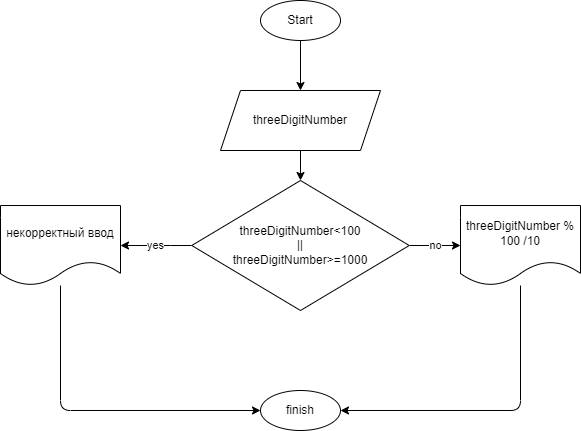
Earlier version of the draw.io export HomeWork_2/Task_10/blockDiagram.drawio.png (InitAmkn/repo). Source tidied: cells renumbered, new cells last; positions are measured from the earlier drawing's top-left corner, leaving out a move shared by most shapes. Source of this version:
```xml
<mxGraphModel>
  <root>
    <mxCell id="0" />
    <mxCell id="1" parent="0" />
    <mxCell id="2" style="edgeStyle=none;html=1;" parent="1" edge="1" source="3" target="5">
      <mxGeometry relative="1" as="geometry" />
    </mxCell>
    <mxCell id="3" value="Start" style="ellipse;whiteSpace=wrap;html=1;" parent="1" vertex="1">
      <mxGeometry x="260" width="80" height="40" as="geometry" />
    </mxCell>
    <mxCell id="4" style="edgeStyle=none;html=1;" parent="1" edge="1" source="5" target="8">
      <mxGeometry relative="1" as="geometry" />
    </mxCell>
    <mxCell id="5" value="threeDigitNumber" style="shape=parallelogram;perimeter=parallelogramPerimeter;whiteSpace=wrap;html=1;fixedSize=1;" parent="1" vertex="1">
      <mxGeometry x="220" y="90" width="160" height="60" as="geometry" />
    </mxCell>
    <mxCell id="6" value="yes" style="edgeStyle=none;html=1;" parent="1" edge="1" source="8" target="10">
      <mxGeometry relative="1" as="geometry">
        <Array as="points">
          <mxPoint x="160" y="245" />
        </Array>
      </mxGeometry>
    </mxCell>
    <mxCell id="7" value="no" style="edgeStyle=none;html=1;" parent="1" edge="1" source="8" target="12">
      <mxGeometry relative="1" as="geometry" />
    </mxCell>
    <mxCell id="8" value="&lt;div&gt;threeDigitNumber&amp;lt;100&lt;/div&gt;&lt;div&gt;||&lt;/div&gt;&lt;div&gt;threeDigitNumber&amp;gt;=1000&lt;/div&gt;" style="rhombus;whiteSpace=wrap;html=1;" parent="1" vertex="1">
      <mxGeometry x="191.2" y="180" width="217.5" height="130" as="geometry" />
    </mxCell>
    <mxCell id="9" style="edgeStyle=none;html=1;entryX=0;entryY=0.5;entryDx=0;entryDy=0;" parent="1" edge="1" source="10" target="13">
      <mxGeometry relative="1" as="geometry">
        <Array as="points">
          <mxPoint x="60" y="410" />
        </Array>
      </mxGeometry>
    </mxCell>
    <mxCell id="10" value="некорректный ввод" style="shape=document;whiteSpace=wrap;html=1;boundedLbl=1;" parent="1" vertex="1">
      <mxGeometry y="205" width="120" height="80" as="geometry" />
    </mxCell>
    <mxCell id="11" style="edgeStyle=none;html=1;entryX=1;entryY=0.5;entryDx=0;entryDy=0;" parent="1" edge="1" source="12" target="13">
      <mxGeometry relative="1" as="geometry">
        <Array as="points">
          <mxPoint x="520" y="410" />
        </Array>
      </mxGeometry>
    </mxCell>
    <mxCell id="12" value="threeDigitNumber % 100 /10" style="shape=document;whiteSpace=wrap;html=1;boundedLbl=1;" parent="1" vertex="1">
      <mxGeometry x="460" y="205" width="120" height="80" as="geometry" />
    </mxCell>
    <mxCell id="13" value="finish" style="ellipse;whiteSpace=wrap;html=1;" parent="1" vertex="1">
      <mxGeometry x="260" y="390" width="80" height="40" as="geometry" />
    </mxCell>
  </root>
</mxGraphModel>
```
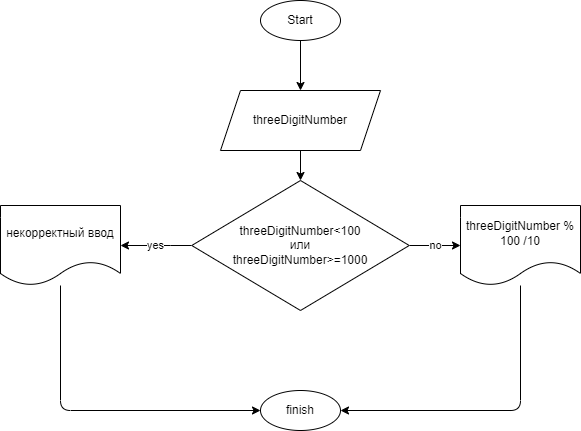
Above is the later version.

Commit message:
add homework 2 add block diagrams

What changed in the source:
```diff
@@ -24,7 +24,7 @@
     <mxCell id="7" value="no" style="edgeStyle=none;html=1;" parent="1" edge="1" source="8" target="12">
       <mxGeometry relative="1" as="geometry" />
     </mxCell>
-    <mxCell id="8" value="&lt;div&gt;threeDigitNumber&amp;lt;100&lt;/div&gt;&lt;div&gt;||&lt;/div&gt;&lt;div&gt;threeDigitNumber&amp;gt;=1000&lt;/div&gt;" style="rhombus;whiteSpace=wrap;html=1;" parent="1" vertex="1">
+    <mxCell id="8" value="&lt;div&gt;threeDigitNumber&amp;lt;100&lt;/div&gt;&lt;div&gt;или&lt;/div&gt;&lt;div&gt;threeDigitNumber&amp;gt;=1000&lt;/div&gt;" style="rhombus;whiteSpace=wrap;html=1;" parent="1" vertex="1">
       <mxGeometry x="191.2" y="180" width="217.5" height="130" as="geometry" />
     </mxCell>
     <mxCell id="9" style="edgeStyle=none;html=1;entryX=0;entryY=0.5;entryDx=0;entryDy=0;" parent="1" edge="1" source="10" target="13">
```
